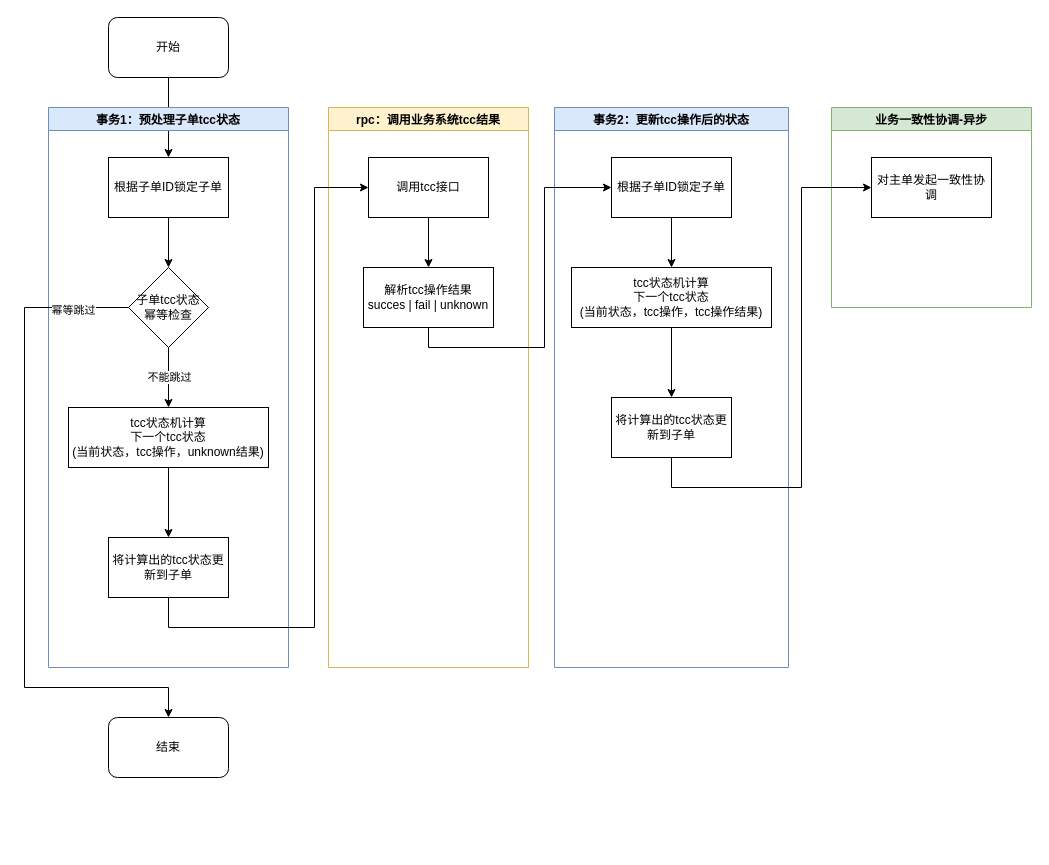
catface996/images keeps this draw.io diagram as 子单与业务系统单据一致性处理.drawio. Above is the earlier version. Source tidied: cells renumbered, new cells numbered last; positions are measured from the earlier drawing's top-left corner, leaving out a move shared by most shapes. Both pictures are drawn from the tidied source at 100%, with x=0, y=0 at pixel (24, 17).
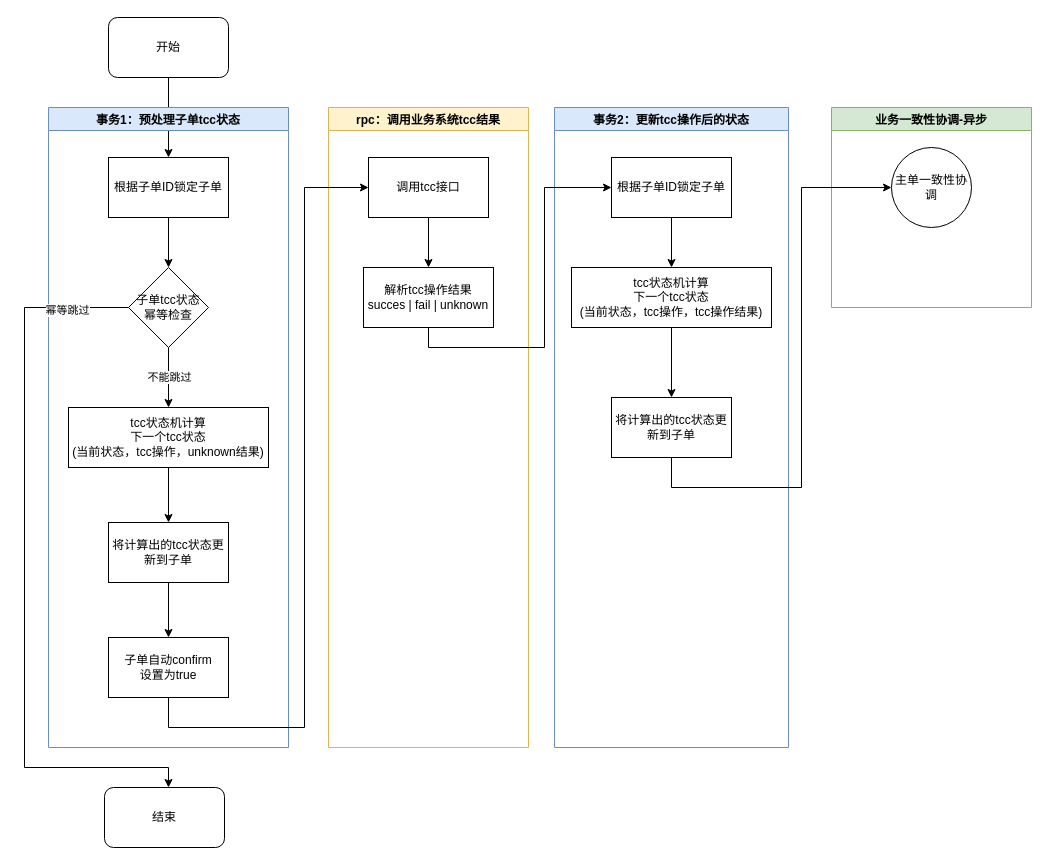
After the change.

Commit message:
更新子单与业务系统单据一致性处理.drawio

The change refers to these unchanged cells:
```xml
<mxCell id="9" value="子单tcc状态&lt;br&gt;幂等检查" style="rhombus;whiteSpace=wrap;html=1;" parent="4" vertex="1">
  <mxGeometry x="80" y="160" width="80" height="80" as="geometry" />
</mxCell>
<mxCell id="15" value="调用tcc接口" style="rounded=0;whiteSpace=wrap;html=1;" parent="13" vertex="1">
  <mxGeometry x="40" y="50" width="120" height="60" as="geometry" />
</mxCell>
<mxCell id="22" value="将计算出的tcc状态更新到子单" style="rounded=0;whiteSpace=wrap;html=1;" parent="17" vertex="1">
  <mxGeometry x="57" y="290" width="120" height="60" as="geometry" />
</mxCell>
<mxCell id="25" value="业务一致性协调-异步" style="swimlane;fillColor=#d5e8d4;strokeColor=#82b366;" parent="1" vertex="1">
  <mxGeometry x="807" y="90" width="200" height="200" as="geometry" />
</mxCell>
```

The edit, as a diff of the source:
```diff
@@
     <mxCell id="4" value="事务1：预处理子单tcc状态" style="swimlane;fillColor=#dae8fc;strokeColor=#6c8ebf;" parent="1" vertex="1">
-      <mxGeometry x="24" y="90" width="240" height="560" as="geometry" />
+      <mxGeometry x="24" y="90" width="240" height="640" as="geometry" />
     </mxCell>
@@
+    <mxCell id="31" style="edgeStyle=orthogonalEdgeStyle;rounded=0;jettySize=auto;html=1;entryX=0.5;entryY=0;entryDx=0;entryDy=0;" parent="4" edge="1" source="12" target="32">
+      <mxGeometry relative="1" as="geometry" />
+    </mxCell>
     <mxCell id="12" value="将计算出的tcc状态更新到子单" style="rounded=0;whiteSpace=wrap;html=1;" parent="4" vertex="1">
-      <mxGeometry x="60" y="430" width="120" height="60" as="geometry" />
+      <mxGeometry x="60" y="415" width="120" height="60" as="geometry" />
     </mxCell>
+    <mxCell id="32" value="子单自动confirm&lt;br&gt;设置为true" style="rounded=0;whiteSpace=wrap;html=1;" parent="4" vertex="1">
+      <mxGeometry x="60" y="530" width="120" height="60" as="geometry" />
+    </mxCell>
     <mxCell id="13" value="rpc：调用业务系统tcc结果" style="swimlane;fillColor=#fff2cc;strokeColor=#d6b656;" parent="1" vertex="1">
-      <mxGeometry x="304" y="90" width="200" height="560" as="geometry" />
+      <mxGeometry x="304" y="90" width="200" height="640" as="geometry" />
     </mxCell>
@@
     <mxCell id="17" value="事务2：更新tcc操作后的状态" style="swimlane;fillColor=#dae8fc;strokeColor=#6c8ebf;" parent="1" vertex="1">
-      <mxGeometry x="530" y="90" width="234" height="560" as="geometry" />
+      <mxGeometry x="530" y="90" width="234" height="640" as="geometry" />
     </mxCell>
@@
-    <mxCell id="23" style="edgeStyle=orthogonalEdgeStyle;rounded=0;jettySize=auto;html=1;entryX=0;entryY=0.5;entryDx=0;entryDy=0;" parent="1" edge="1" source="12" target="15">
-      <mxGeometry relative="1" as="geometry">
-        <Array as="points">
-          <mxPoint x="144" y="610" />
-          <mxPoint x="290" y="610" />
-          <mxPoint x="290" y="170" />
-        </Array>
-      </mxGeometry>
-    </mxCell>
@@
-    <mxCell id="26" value="对主单发起一致性协调" style="rounded=0;whiteSpace=wrap;html=1;" parent="25" vertex="1">
-      <mxGeometry x="40" y="50" width="120" height="60" as="geometry" />
-    </mxCell>
+    <mxCell id="33" value="主单一致性协调" style="ellipse;whiteSpace=wrap;html=1;" parent="25" vertex="1">
+      <mxGeometry x="60" y="40" width="80" height="80" as="geometry" />
+    </mxCell>
-    <mxCell id="27" style="edgeStyle=orthogonalEdgeStyle;rounded=0;jettySize=auto;html=1;entryX=0;entryY=0.5;entryDx=0;entryDy=0;" parent="1" edge="1" source="22" target="26">
+    <mxCell id="27" style="edgeStyle=orthogonalEdgeStyle;rounded=0;jettySize=auto;html=1;entryX=0;entryY=0.5;entryDx=0;entryDy=0;" parent="1" edge="1" source="22" target="33">
       <mxGeometry relative="1" as="geometry">
         <Array as="points">
           <mxPoint x="647" y="470" />
           <mxPoint x="777" y="470" />
           <mxPoint x="777" y="170" />
         </Array>
       </mxGeometry>
     </mxCell>
     <mxCell id="28" value="结束" style="rounded=1;whiteSpace=wrap;html=1;" parent="1" vertex="1">
-      <mxGeometry x="84" y="700" width="120" height="60" as="geometry" />
+      <mxGeometry x="80" y="770" width="120" height="60" as="geometry" />
     </mxCell>
     <mxCell id="29" style="edgeStyle=orthogonalEdgeStyle;rounded=0;jettySize=auto;html=1;" parent="1" edge="1" source="9" target="28">
       <mxGeometry relative="1" as="geometry">
         <Array as="points">
           <mxPoint y="290" />
-          <mxPoint y="670" />
-          <mxPoint x="144" y="670" />
+          <mxPoint y="750" />
+          <mxPoint x="144" y="750" />
         </Array>
       </mxGeometry>
     </mxCell>
@@
+    <mxCell id="34" style="edgeStyle=orthogonalEdgeStyle;rounded=0;jettySize=auto;html=1;entryX=0;entryY=0.5;entryDx=0;entryDy=0;" parent="1" edge="1" source="32" target="15">
+      <mxGeometry relative="1" as="geometry">
+        <Array as="points">
+          <mxPoint x="144" y="710" />
+          <mxPoint x="280" y="710" />
+          <mxPoint x="280" y="170" />
+        </Array>
+      </mxGeometry>
+    </mxCell>
```
